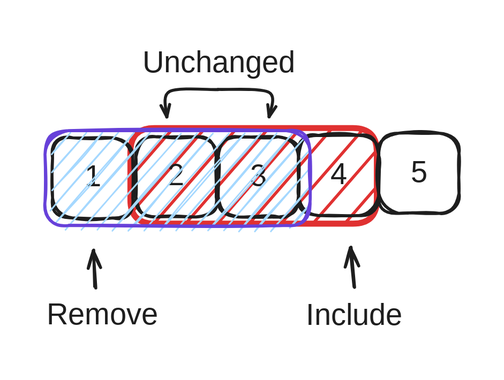
Earlier version of the Excalidraw export .gitbook/assets/file.excalidraw (1).svg (saisankalp-dev/gitbook-dsa). Source tidied: one line per element, renumbered; positions are measured from the earlier drawing's top-left corner, leaving out a move shared by most shapes. The source it was exported from:
```json
{"id": 0, "type": "rectangle", "strokeColor": "#e03131", "backgroundColor": "#e03131", "fillStyle": "hachure", "strokeWidth": 4, "roughness": 0, "round": true, "x": 57, "y": 55, "width": 164, "height": 64}
{"id": 1, "type": "rectangle", "strokeColor": "#1e1e1e", "strokeWidth": 2, "roughness": 1, "round": true, "x": 5, "y": 62, "width": 53, "height": 53}
{"id": 2, "type": "text", "text": "1", "strokeColor": "#1e1e1e", "backgroundColor": "#e03131", "fillStyle": "hachure", "strokeWidth": 4, "roughness": 0, "fontSize": 20, "fontFamily": 1, "textAlign": "center", "verticalAlign": "middle", "inside": 1, "x": 29, "y": 76, "width": 5, "height": 25}
{"id": 3, "type": "rectangle", "strokeColor": "#1e1e1e", "strokeWidth": 2, "roughness": 1, "round": true, "x": 61, "y": 61, "width": 53, "height": 53}
{"id": 4, "type": "text", "text": "2", "strokeColor": "#1e1e1e", "backgroundColor": "#e03131", "fillStyle": "hachure", "strokeWidth": 4, "roughness": 0, "fontSize": 20, "fontFamily": 1, "textAlign": "center", "verticalAlign": "middle", "inside": 3, "x": 80, "y": 75, "width": 14, "height": 25}
{"id": 5, "type": "rectangle", "strokeColor": "#1e1e1e", "strokeWidth": 2, "roughness": 1, "round": true, "x": 116, "y": 61, "width": 53, "height": 53}
{"id": 6, "type": "text", "text": "3", "strokeColor": "#1e1e1e", "backgroundColor": "#e03131", "fillStyle": "hachure", "strokeWidth": 4, "roughness": 0, "fontSize": 20, "fontFamily": 1, "textAlign": "center", "verticalAlign": "middle", "inside": 5, "x": 135, "y": 75, "width": 14, "height": 25}
{"id": 7, "type": "rectangle", "strokeColor": "#1e1e1e", "strokeWidth": 2, "roughness": 1, "round": true, "x": 169, "y": 60, "width": 53, "height": 53}
{"id": 8, "type": "text", "text": "4", "strokeColor": "#1e1e1e", "backgroundColor": "#e03131", "fillStyle": "hachure", "strokeWidth": 4, "roughness": 0, "fontSize": 20, "fontFamily": 1, "textAlign": "center", "verticalAlign": "middle", "inside": 7, "x": 189, "y": 75, "width": 13, "height": 25}
{"id": 9, "type": "rectangle", "strokeColor": "#1e1e1e", "strokeWidth": 2, "roughness": 1, "round": true, "x": 222, "y": 59, "width": 53, "height": 53}
{"id": 10, "type": "text", "text": "5", "strokeColor": "#1e1e1e", "backgroundColor": "#e03131", "fillStyle": "hachure", "strokeWidth": 4, "roughness": 0, "fontSize": 20, "fontFamily": 1, "textAlign": "center", "verticalAlign": "middle", "inside": 9, "x": 243, "y": 73, "width": 12, "height": 25}
{"id": 11, "type": "rectangle", "strokeColor": "#6741d9", "backgroundColor": "#a5d8ff", "fillStyle": "hachure", "strokeWidth": 2, "roughness": 1, "round": true, "x": 0, "y": 57, "width": 177, "height": 63}
{"id": 12, "type": "arrow", "strokeColor": "#1e1e1e", "strokeWidth": 2, "roughness": 1, "endArrowhead": "arrow", "round": true, "from": 13, "x": 34, "y": 161, "width": 1, "height": 24, "points": [[0, 0], [-1, -24]]}
{"id": 13, "type": "text", "text": "Remove", "strokeColor": "#1e1e1e", "strokeWidth": 2, "roughness": 1, "fontSize": 20, "fontFamily": 1, "x": 1, "y": 168, "width": 70, "height": 25}
{"id": 14, "type": "arrow", "strokeColor": "#1e1e1e", "strokeWidth": 2, "roughness": 1, "endArrowhead": "arrow", "round": true, "from": 15, "x": 206, "y": 162, "width": 2, "height": 26, "points": [[0, 0], [-2, -26]]}
{"id": 15, "type": "text", "text": "Include", "strokeColor": "#1e1e1e", "strokeWidth": 2, "roughness": 1, "fontSize": 20, "fontFamily": 1, "x": 174, "y": 168, "width": 69, "height": 25}
{"id": 16, "type": "arrow", "strokeColor": "#1e1e1e", "strokeWidth": 2, "roughness": 0, "endArrowhead": "arrow", "round": true, "from": 17, "to": 11, "x": 115, "y": 30, "width": 34, "height": 18, "points": [[0, 0], [-32, 1], [-34, 18]]}
{"id": 17, "type": "text", "text": "Unchanged", "strokeColor": "#1e1e1e", "strokeWidth": 2, "roughness": 1, "fontSize": 20, "fontFamily": 1, "x": 65, "y": 0, "width": 99, "height": 25}
{"id": 18, "type": "arrow", "strokeColor": "#1e1e1e", "strokeWidth": 2, "roughness": 0, "endArrowhead": "arrow", "round": true, "from": 17, "to": 11, "x": 115, "y": 30, "width": 34, "height": 18, "points": [[0, 0], [34, 2], [34, 18]]}
```
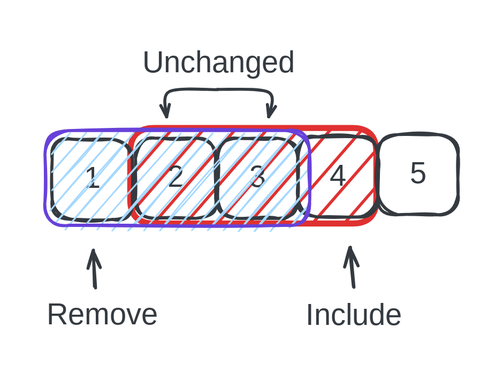
The same file after the commit.

What changed in the source:
```diff
@@ -1,19 +1,19 @@
-{"id": 0, "type": "rectangle", "strokeColor": "#e03131", "backgroundColor": "#e03131", "fillStyle": "hachure", "strokeWidth": 4, "roughness": 0, "round": true, "x": 57, "y": 55, "width": 164, "height": 64}
+{"id": 0, "type": "rectangle", "strokeColor": "#e03131", "backgroundColor": "#e03131", "fillStyle": "hachure", "strokeWidth": 4, "roughness": 0, "round": true, "x": 57, "y": 54, "width": 164, "height": 64}
-{"id": 1, "type": "rectangle", "strokeColor": "#1e1e1e", "strokeWidth": 2, "roughness": 1, "round": true, "x": 5, "y": 62, "width": 53, "height": 53}
+{"id": 1, "type": "rectangle", "strokeColor": "#343a40", "strokeWidth": 2, "roughness": 1, "round": true, "x": 5, "y": 62, "width": 53, "height": 53}
-{"id": 2, "type": "text", "text": "1", "strokeColor": "#1e1e1e", "backgroundColor": "#e03131", "fillStyle": "hachure", "strokeWidth": 4, "roughness": 0, "fontSize": 20, "fontFamily": 1, "textAlign": "center", "verticalAlign": "middle", "inside": 1, "x": 29, "y": 76, "width": 5, "height": 25}
+{"id": 2, "type": "text", "text": "1", "strokeColor": "#343a40", "backgroundColor": "#e03131", "fillStyle": "hachure", "strokeWidth": 4, "roughness": 0, "fontSize": 20, "fontFamily": 1, "textAlign": "center", "verticalAlign": "middle", "inside": 1, "x": 29, "y": 76, "width": 5, "height": 25}
-{"id": 3, "type": "rectangle", "strokeColor": "#1e1e1e", "strokeWidth": 2, "roughness": 1, "round": true, "x": 61, "y": 61, "width": 53, "height": 53}
+{"id": 3, "type": "rectangle", "strokeColor": "#343a40", "strokeWidth": 2, "roughness": 1, "round": true, "x": 61, "y": 61, "width": 53, "height": 53}
-{"id": 4, "type": "text", "text": "2", "strokeColor": "#1e1e1e", "backgroundColor": "#e03131", "fillStyle": "hachure", "strokeWidth": 4, "roughness": 0, "fontSize": 20, "fontFamily": 1, "textAlign": "center", "verticalAlign": "middle", "inside": 3, "x": 80, "y": 75, "width": 14, "height": 25}
+{"id": 4, "type": "text", "text": "2", "strokeColor": "#343a40", "backgroundColor": "#e03131", "fillStyle": "hachure", "strokeWidth": 4, "roughness": 0, "fontSize": 20, "fontFamily": 1, "textAlign": "center", "verticalAlign": "middle", "inside": 3, "x": 80, "y": 75, "width": 14, "height": 25}
-{"id": 5, "type": "rectangle", "strokeColor": "#1e1e1e", "strokeWidth": 2, "roughness": 1, "round": true, "x": 116, "y": 61, "width": 53, "height": 53}
+{"id": 5, "type": "rectangle", "strokeColor": "#343a40", "strokeWidth": 2, "roughness": 1, "round": true, "x": 116, "y": 61, "width": 53, "height": 53}
-{"id": 6, "type": "text", "text": "3", "strokeColor": "#1e1e1e", "backgroundColor": "#e03131", "fillStyle": "hachure", "strokeWidth": 4, "roughness": 0, "fontSize": 20, "fontFamily": 1, "textAlign": "center", "verticalAlign": "middle", "inside": 5, "x": 135, "y": 75, "width": 14, "height": 25}
+{"id": 6, "type": "text", "text": "3", "strokeColor": "#343a40", "backgroundColor": "#e03131", "fillStyle": "hachure", "strokeWidth": 4, "roughness": 0, "fontSize": 20, "fontFamily": 1, "textAlign": "center", "verticalAlign": "middle", "inside": 5, "x": 135, "y": 75, "width": 14, "height": 25}
-{"id": 7, "type": "rectangle", "strokeColor": "#1e1e1e", "strokeWidth": 2, "roughness": 1, "round": true, "x": 169, "y": 60, "width": 53, "height": 53}
+{"id": 7, "type": "rectangle", "strokeColor": "#343a40", "strokeWidth": 2, "roughness": 1, "round": true, "x": 169, "y": 60, "width": 53, "height": 53}
-{"id": 8, "type": "text", "text": "4", "strokeColor": "#1e1e1e", "backgroundColor": "#e03131", "fillStyle": "hachure", "strokeWidth": 4, "roughness": 0, "fontSize": 20, "fontFamily": 1, "textAlign": "center", "verticalAlign": "middle", "inside": 7, "x": 189, "y": 75, "width": 13, "height": 25}
+{"id": 8, "type": "text", "text": "4", "strokeColor": "#343a40", "backgroundColor": "#e03131", "fillStyle": "hachure", "strokeWidth": 4, "roughness": 0, "fontSize": 20, "fontFamily": 1, "textAlign": "center", "verticalAlign": "middle", "inside": 7, "x": 189, "y": 75, "width": 13, "height": 25}
-{"id": 9, "type": "rectangle", "strokeColor": "#1e1e1e", "strokeWidth": 2, "roughness": 1, "round": true, "x": 222, "y": 59, "width": 53, "height": 53}
+{"id": 9, "type": "rectangle", "strokeColor": "#343a40", "strokeWidth": 2, "roughness": 1, "round": true, "x": 222, "y": 59, "width": 53, "height": 53}
-{"id": 10, "type": "text", "text": "5", "strokeColor": "#1e1e1e", "backgroundColor": "#e03131", "fillStyle": "hachure", "strokeWidth": 4, "roughness": 0, "fontSize": 20, "fontFamily": 1, "textAlign": "center", "verticalAlign": "middle", "inside": 9, "x": 243, "y": 73, "width": 12, "height": 25}
+{"id": 10, "type": "text", "text": "5", "strokeColor": "#343a40", "backgroundColor": "#e03131", "fillStyle": "hachure", "strokeWidth": 4, "roughness": 0, "fontSize": 20, "fontFamily": 1, "textAlign": "center", "verticalAlign": "middle", "inside": 9, "x": 243, "y": 73, "width": 12, "height": 25}
-{"id": 11, "type": "rectangle", "strokeColor": "#6741d9", "backgroundColor": "#a5d8ff", "fillStyle": "hachure", "strokeWidth": 2, "roughness": 1, "round": true, "x": 0, "y": 57, "width": 177, "height": 63}
+{"id": 11, "type": "rectangle", "strokeColor": "#6741d9", "backgroundColor": "#a5d8ff", "fillStyle": "hachure", "strokeWidth": 2, "roughness": 1, "round": true, "x": 0, "y": 56, "width": 177, "height": 63}
-{"id": 12, "type": "arrow", "strokeColor": "#1e1e1e", "strokeWidth": 2, "roughness": 1, "endArrowhead": "arrow", "round": true, "from": 13, "x": 34, "y": 161, "width": 1, "height": 24, "points": [[0, 0], [-1, -24]]}
+{"id": 12, "type": "arrow", "strokeColor": "#343a40", "strokeWidth": 2, "roughness": 1, "endArrowhead": "arrow", "round": true, "from": 13, "x": 34, "y": 160, "width": 1, "height": 24, "points": [[0, 0], [-1, -24]]}
-{"id": 13, "type": "text", "text": "Remove", "strokeColor": "#1e1e1e", "strokeWidth": 2, "roughness": 1, "fontSize": 20, "fontFamily": 1, "x": 1, "y": 168, "width": 70, "height": 25}
+{"id": 13, "type": "text", "text": "Remove", "strokeColor": "#343a40", "strokeWidth": 2, "roughness": 1, "fontSize": 20, "fontFamily": 1, "x": 1, "y": 167, "width": 70, "height": 25}
-{"id": 14, "type": "arrow", "strokeColor": "#1e1e1e", "strokeWidth": 2, "roughness": 1, "endArrowhead": "arrow", "round": true, "from": 15, "x": 206, "y": 162, "width": 2, "height": 26, "points": [[0, 0], [-2, -26]]}
+{"id": 14, "type": "arrow", "strokeColor": "#343a40", "strokeWidth": 2, "roughness": 1, "endArrowhead": "arrow", "round": true, "from": 15, "x": 206, "y": 161, "width": 2, "height": 26, "points": [[0, 0], [-2, -26]]}
-{"id": 15, "type": "text", "text": "Include", "strokeColor": "#1e1e1e", "strokeWidth": 2, "roughness": 1, "fontSize": 20, "fontFamily": 1, "x": 174, "y": 168, "width": 69, "height": 25}
+{"id": 15, "type": "text", "text": "Include", "strokeColor": "#343a40", "strokeWidth": 2, "roughness": 1, "fontSize": 20, "fontFamily": 1, "x": 174, "y": 168, "width": 69, "height": 25}
-{"id": 16, "type": "arrow", "strokeColor": "#1e1e1e", "strokeWidth": 2, "roughness": 0, "endArrowhead": "arrow", "round": true, "from": 17, "to": 11, "x": 115, "y": 30, "width": 34, "height": 18, "points": [[0, 0], [-32, 1], [-34, 18]]}
+{"id": 16, "type": "arrow", "strokeColor": "#343a40", "strokeWidth": 2, "roughness": 0, "endArrowhead": "arrow", "round": true, "from": 17, "to": 11, "x": 116, "y": 29, "width": 34, "height": 18, "points": [[0, 0], [-32, 1], [-34, 18]]}
-{"id": 17, "type": "text", "text": "Unchanged", "strokeColor": "#1e1e1e", "strokeWidth": 2, "roughness": 1, "fontSize": 20, "fontFamily": 1, "x": 65, "y": 0, "width": 99, "height": 25}
+{"id": 17, "type": "text", "text": "Unchanged", "strokeColor": "#343a40", "strokeWidth": 2, "roughness": 1, "fontSize": 20, "fontFamily": 1, "x": 65, "y": -1, "width": 99, "height": 25}
-{"id": 18, "type": "arrow", "strokeColor": "#1e1e1e", "strokeWidth": 2, "roughness": 0, "endArrowhead": "arrow", "round": true, "from": 17, "to": 11, "x": 115, "y": 30, "width": 34, "height": 18, "points": [[0, 0], [34, 2], [34, 18]]}
+{"id": 18, "type": "arrow", "strokeColor": "#343a40", "strokeWidth": 2, "roughness": 0, "endArrowhead": "arrow", "round": true, "from": 17, "to": 11, "x": 115, "y": 29, "width": 34, "height": 18, "points": [[0, 0], [34, 2], [34, 18]]}
```
